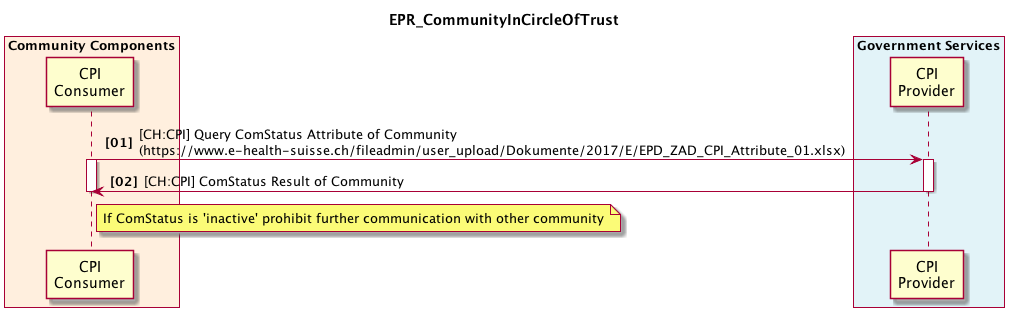
Before: 1_02b_EPR_CommunityInCircleOfTrust.png, a diagram exported from PlantUML (ahdis/ch-epr-seqdiag). The source it was exported from:
```plantuml
@startuml
skinparam Padding 1
autonumber 1 1 "<b>[00]"

title EPR_CommunityInCircleOfTrust

box "Community Components" #FFEFDE
	participant cc_cpi_consumer as "CPI\nConsumer"
end box

box "Government Services" #E2F3F8
	participant gs_cpi as "CPI\nProvider"
end box

cc_cpi_consumer -> gs_cpi : [CH:CPI] Query ComStatus Attribute of Community\n(https://www.e-health-suisse.ch/fileadmin/user_upload/Dokumente/2017/E/EPD_ZAD_CPI_Attribute_01.xlsx)
activate cc_cpi_consumer
activate gs_cpi
gs_cpi -> cc_cpi_consumer: [CH:CPI] ComStatus Result of Community
deactivate gs_cpi
note right cc_cpi_consumer: If ComStatus is 'inactive' prohibit further communication with other community

deactivate cc_cpi_consumer

@enduml
```
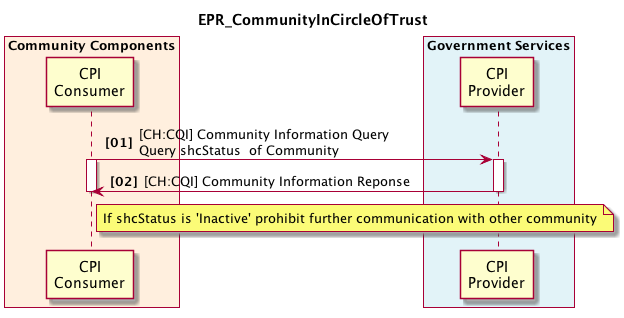
The same diagram one commit later.

What changed in the source:
```diff
@@ -12,12 +12,12 @@
 	participant gs_cpi as "CPI\nProvider"
 end box
 
-cc_cpi_consumer -> gs_cpi : [CH:CPI] Query ComStatus Attribute of Community\n(https://www.e-health-suisse.ch/fileadmin/user_upload/Dokumente/2017/E/EPD_ZAD_CPI_Attribute_01.xlsx)
+cc_cpi_consumer -> gs_cpi : [CH:CQI] Community Information Query\nQuery shcStatus  of Community
 activate cc_cpi_consumer
 activate gs_cpi
-gs_cpi -> cc_cpi_consumer: [CH:CPI] ComStatus Result of Community
+gs_cpi -> cc_cpi_consumer: [CH:CQI] Community Information Reponse
 deactivate gs_cpi
-note right cc_cpi_consumer: If ComStatus is 'inactive' prohibit further communication with other community
+note right cc_cpi_consumer: If shcStatus is 'Inactive' prohibit further communication with other community
 
 deactivate cc_cpi_consumer
 
```
